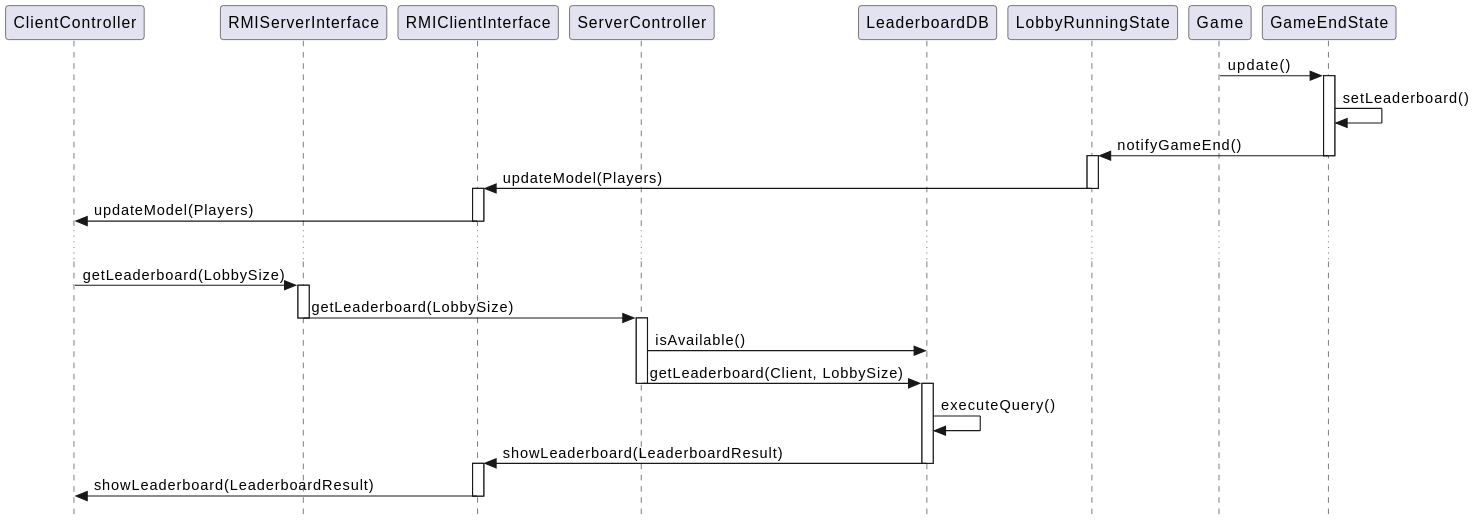
The PlantUML diagram Mesos/deliverables/final/uml/rank_rmi.svg in Teiyo22/ing-sw-2026-hu-hu-jin-jin, before a commit. Source of this version:
```plantuml
@startuml
skinparam style strictuml

participant ClientController
participant RMIServerInterface
participant RMIClientInterface
participant ServerController
participant LeaderboardDB
participant LobbyRunningState
participant Game
participant GameEndState

Game -> GameEndState : update()

activate GameEndState
GameEndState -> GameEndState: setLeaderboard()
GameEndState -> LobbyRunningState: notifyGameEnd()
deactivate GameEndState

activate LobbyRunningState
LobbyRunningState -> RMIClientInterface:  updateModel(Players)
deactivate LobbyRunningState

activate RMIClientInterface
RMIClientInterface -> ClientController: updateModel(Players)
deactivate RMIClientInterface

...

ClientController -> RMIServerInterface: getLeaderboard(LobbySize)

activate RMIServerInterface
RMIServerInterface -> ServerController: getLeaderboard(LobbySize)
deactivate RMIServerInterface

activate ServerController
ServerController -> LeaderboardDB : isAvailable()
ServerController -> LeaderboardDB : getLeaderboard(Client, LobbySize)
deactivate ServerController

activate LeaderboardDB
LeaderboardDB -> LeaderboardDB: executeQuery()
LeaderboardDB -> RMIClientInterface: showLeaderboard(LeaderboardResult)
deactivate LeaderboardDB

activate RMIClientInterface
RMIClientInterface -> ClientController: showLeaderboard(LeaderboardResult)
deactivate RMIClientInterface
@enduml
```
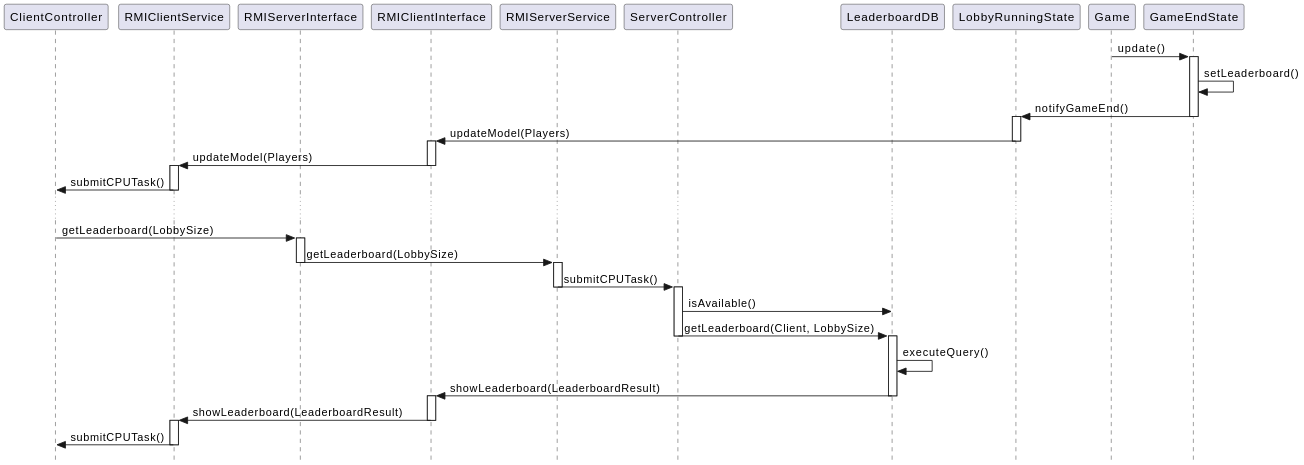
The same diagram one commit later.

The edit, as a diff of the source:
```diff
@@ -2,8 +2,10 @@
 skinparam style strictuml
 
 participant ClientController
+participant RMIClientService
 participant RMIServerInterface
 participant RMIClientInterface
+participant RMIServerService
 participant ServerController
 participant LeaderboardDB
 participant LobbyRunningState
@@ -22,16 +24,24 @@
 deactivate LobbyRunningState
 
 activate RMIClientInterface
-RMIClientInterface -> ClientController: updateModel(Players)
+RMIClientInterface -> RMIClientService: updateModel(Players)
 deactivate RMIClientInterface
+
+activate RMIClientService
+RMIClientService -> ClientController: submitCPUTask()
+deactivate RMIClientService
 
 ...
 
 ClientController -> RMIServerInterface: getLeaderboard(LobbySize)
 
 activate RMIServerInterface
-RMIServerInterface -> ServerController: getLeaderboard(LobbySize)
+RMIServerInterface -> RMIServerService: getLeaderboard(LobbySize)
 deactivate RMIServerInterface
+
+activate RMIServerService
+RMIServerService -> ServerController: submitCPUTask()
+deactivate RMIServerService
 
 activate ServerController
 ServerController -> LeaderboardDB : isAvailable()
@@ -44,6 +54,10 @@
 deactivate LeaderboardDB
 
 activate RMIClientInterface
-RMIClientInterface -> ClientController: showLeaderboard(LeaderboardResult)
+RMIClientInterface -> RMIClientService: showLeaderboard(LeaderboardResult)
 deactivate RMIClientInterface
+
+activate RMIClientService
+RMIClientService -> ClientController: submitCPUTask()
+deactivate RMIClientService
 @enduml
```
